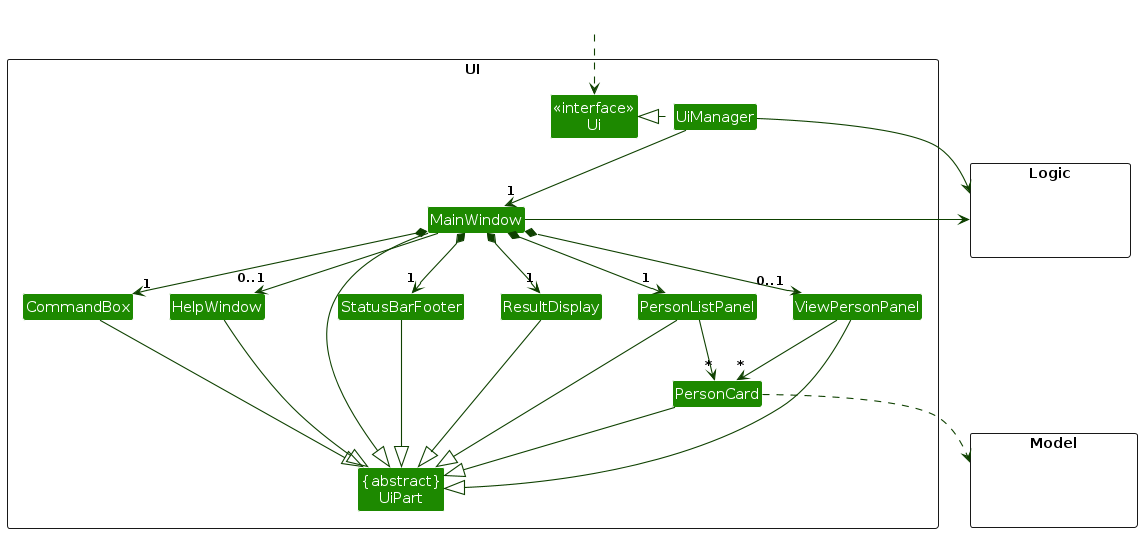
Above: diagrams/UiClassDiagram.png in AY2425S1-CS2103T-W09-1/tp (PlantUML), before the change. Its source is kept beside it as diagrams/UiClassDiagram.puml. Its diagram source:
```plantuml
@startuml
!include style.puml
skinparam arrowThickness 1.1
skinparam arrowColor UI_COLOR_T4
skinparam classBackgroundColor UI_COLOR

package UI <<Rectangle>>{
Class "<<interface>>\nUi" as Ui
Class "{abstract}\nUiPart" as UiPart
Class UiManager
Class MainWindow
Class HelpWindow
Class ResultDisplay
Class PersonListPanel
Class PersonCard
Class StatusBarFooter
Class CommandBox
Class ViewPersonPanel
}

package Model <<Rectangle>> {
Class HiddenModel #FFFFFF
}

package Logic <<Rectangle>> {
Class HiddenLogic #FFFFFF
}

Class HiddenOutside #FFFFFF
HiddenOutside ..> Ui

UiManager .left.|> Ui
UiManager -down-> "1" MainWindow
MainWindow *-down->  "1" CommandBox
MainWindow *-down-> "1" ResultDisplay
MainWindow *-down-> "1" PersonListPanel
MainWindow *-down-> "1" StatusBarFooter
MainWindow --> "0..1" HelpWindow
MainWindow *-down-> "0..1" ViewPersonPanel

PersonListPanel -down-> "*" PersonCard
ViewPersonPanel -down-> "*" PersonCard


MainWindow -left-|> UiPart

ResultDisplay --|> UiPart
CommandBox --|> UiPart
PersonListPanel --|> UiPart
PersonCard --|> UiPart
StatusBarFooter --|> UiPart
HelpWindow --|> UiPart
ViewPersonPanel --|> UiPart

PersonCard ..> Model
UiManager -right-> Logic
MainWindow -left-> Logic

PersonListPanel -[hidden]left- HelpWindow
HelpWindow -[hidden]left- CommandBox
CommandBox -[hidden]left- ResultDisplay
ResultDisplay -[hidden]left- StatusBarFooter

MainWindow -[hidden]-|> UiPart
@enduml
```
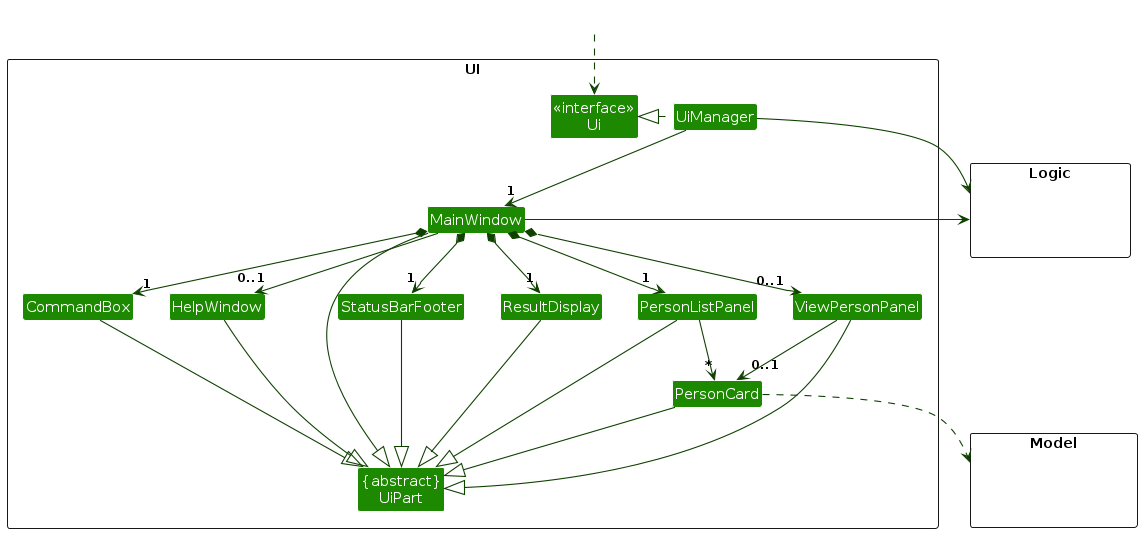
The same file after the commit.

Change to the diagram source:
```diff
@@ -39,7 +39,7 @@
 MainWindow *-down-> "0..1" ViewPersonPanel
 
 PersonListPanel -down-> "*" PersonCard
-ViewPersonPanel -down-> "*" PersonCard
+ViewPersonPanel -down-> "0..1" PersonCard
 
 
 MainWindow -left-|> UiPart
```
